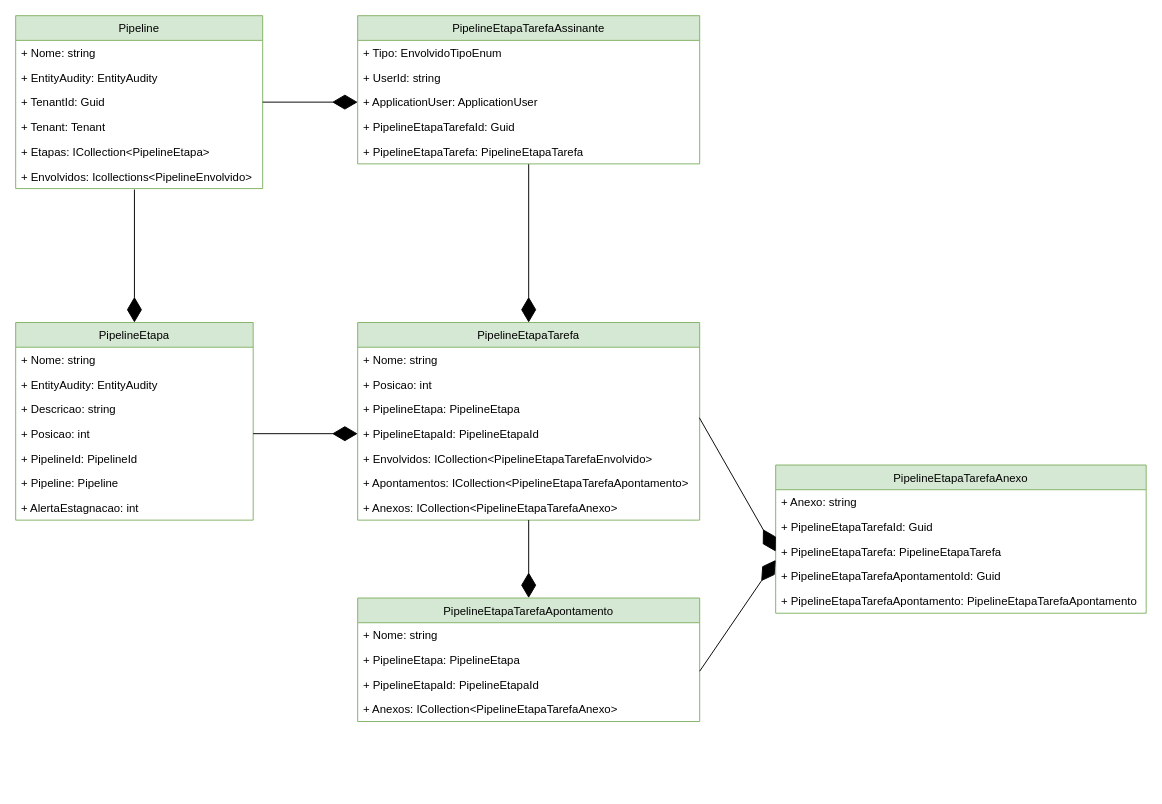
sigespweb22/boxapp-api keeps this draw.io diagram as docs/Composição entidade Pipeline e suas relações.drawio. Above is the earlier version. Source tidied: cells renumbered, new cells numbered last; positions are measured from the earlier drawing's top-left corner, leaving out a move shared by most shapes. Both pictures are drawn from the tidied source at 95%, with x=0, y=0 at pixel (15, 15).
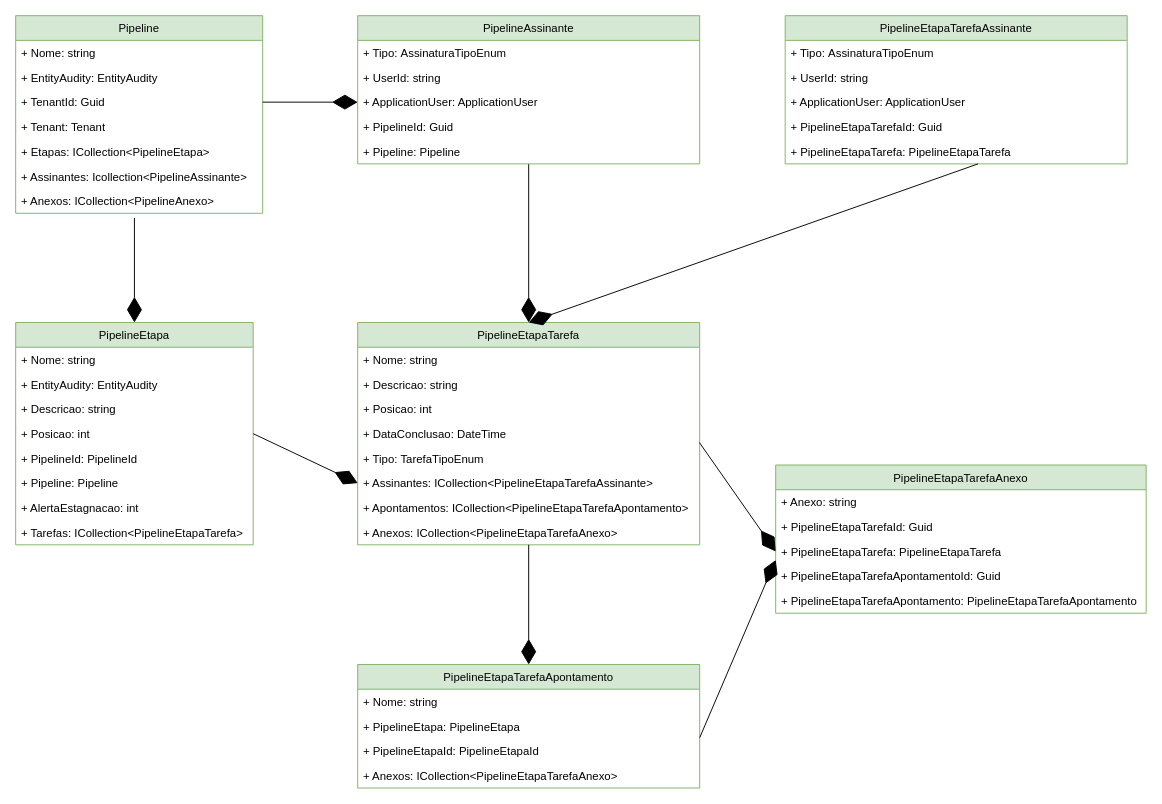
The same diagram, later.

The change refers to these unchanged cells:
```xml
<mxCell id="13" value="+ Posicao: int" style="text;strokeColor=none;fillColor=none;align=left;verticalAlign=top;spacingLeft=4;spacingRight=4;overflow=hidden;points=[[0,0.5],[1,0.5]];portConstraint=eastwest;" parent="9" vertex="1">
  <mxGeometry y="104" width="250" height="26" as="geometry" />
</mxCell>
```

Diff of the diagram source:
```diff
@@
     <mxCell id="2" value="Pipeline" style="swimlane;fontStyle=0;horizontal=1;startSize=26;fillColor=#d5e8d4;strokeColor=#82b366;" parent="1" vertex="1">
-      <mxGeometry width="260" height="182" as="geometry" />
+      <mxGeometry width="260" height="208" as="geometry" />
     </mxCell>
@@
-    <mxCell id="8" value="+ Envolvidos: Icollections&lt;PipelineEnvolvido&gt;" style="text;strokeColor=none;fillColor=none;align=left;verticalAlign=top;spacingLeft=4;spacingRight=4;overflow=hidden;" parent="2" vertex="1">
+    <mxCell id="8" value="+ Assinantes: Icollection&lt;PipelineAssinante&gt;" style="text;strokeColor=none;fillColor=none;align=left;verticalAlign=top;spacingLeft=4;spacingRight=4;overflow=hidden;" parent="2" vertex="1">
       <mxGeometry y="156" width="260" height="26" as="geometry" />
     </mxCell>
+    <mxCell id="49" value="+ Anexos: ICollection&lt;PipelineAnexo&gt;" style="text;strokeColor=none;fillColor=none;align=left;verticalAlign=top;spacingLeft=4;spacingRight=4;overflow=hidden;" parent="2" vertex="1">
+      <mxGeometry y="182" width="260" height="26" as="geometry" />
+    </mxCell>
     <mxCell id="9" value="PipelineEtapa" style="swimlane;fontStyle=0;horizontal=1;startSize=26;fillColor=#d5e8d4;strokeColor=#82b366;" parent="1" vertex="1">
-      <mxGeometry y="323" width="250" height="208" as="geometry" />
+      <mxGeometry y="323" width="250" height="234" as="geometry" />
     </mxCell>
@@
+    <mxCell id="50" value="+ Tarefas: ICollection&lt;PipelineEtapaTarefa&gt;" style="text;strokeColor=none;fillColor=none;align=left;verticalAlign=top;spacingLeft=4;spacingRight=4;overflow=hidden;" parent="9" vertex="1">
+      <mxGeometry y="208" width="250" height="26" as="geometry" />
+    </mxCell>
     <mxCell id="17" value="PipelineEtapaTarefa" style="swimlane;fontStyle=0;horizontal=1;startSize=26;fillColor=#d5e8d4;strokeColor=#82b366;" parent="1" vertex="1">
-      <mxGeometry x="360" y="323" width="360" height="208" as="geometry" />
+      <mxGeometry x="360" y="323" width="360" height="234" as="geometry" />
     </mxCell>
@@
+    <mxCell id="51" value="+ Descricao: string" style="text;strokeColor=none;fillColor=none;align=left;verticalAlign=top;spacingLeft=4;spacingRight=4;overflow=hidden;" parent="17" vertex="1">
+      <mxGeometry y="52" width="360" height="26" as="geometry" />
+    </mxCell>
     <mxCell id="19" value="+ Posicao: int" style="text;strokeColor=none;fillColor=none;align=left;verticalAlign=top;spacingLeft=4;spacingRight=4;overflow=hidden;" parent="17" vertex="1">
-      <mxGeometry y="52" width="360" height="26" as="geometry" />
+      <mxGeometry y="78" width="360" height="26" as="geometry" />
     </mxCell>
-    <mxCell id="20" value="+ PipelineEtapa: PipelineEtapa" style="text;strokeColor=none;fillColor=none;align=left;verticalAlign=top;spacingLeft=4;spacingRight=4;overflow=hidden;points=[[0,0.5],[1,0.5]];portConstraint=eastwest;" parent="17" vertex="1">
-      <mxGeometry y="78" width="360" height="26" as="geometry" />
+    <mxCell id="20" value="+ DataConclusao: DateTime" style="text;strokeColor=none;fillColor=none;align=left;verticalAlign=top;spacingLeft=4;spacingRight=4;overflow=hidden;points=[[0,0.5],[1,0.5]];portConstraint=eastwest;" parent="17" vertex="1">
+      <mxGeometry y="104" width="360" height="26" as="geometry" />
     </mxCell>
-    <mxCell id="21" value="+ PipelineEtapaId: PipelineEtapaId" style="text;strokeColor=none;fillColor=none;align=left;verticalAlign=top;spacingLeft=4;spacingRight=4;overflow=hidden;points=[[0,0.5],[1,0.5]];portConstraint=eastwest;" parent="17" vertex="1">
-      <mxGeometry y="104" width="360" height="26" as="geometry" />
-    </mxCell>
+    <mxCell id="52" value="+ Tipo: TarefaTipoEnum" style="text;strokeColor=none;fillColor=none;align=left;verticalAlign=top;spacingLeft=4;spacingRight=4;overflow=hidden;" parent="17" vertex="1">
+      <mxGeometry y="130" width="360" height="26" as="geometry" />
+    </mxCell>
-    <mxCell id="22" value="+ Envolvidos: ICollection&lt;PipelineEtapaTarefaEnvolvido&gt;" style="text;strokeColor=none;fillColor=none;align=left;verticalAlign=top;spacingLeft=4;spacingRight=4;overflow=hidden;" parent="17" vertex="1">
-      <mxGeometry y="130" width="360" height="26" as="geometry" />
+    <mxCell id="22" value="+ Assinantes: ICollection&lt;PipelineEtapaTarefaAssinante&gt;" style="text;strokeColor=none;fillColor=none;align=left;verticalAlign=top;spacingLeft=4;spacingRight=4;overflow=hidden;" parent="17" vertex="1">
+      <mxGeometry y="156" width="360" height="26" as="geometry" />
     </mxCell>
     <mxCell id="23" value="+ Apontamentos: ICollection&lt;PipelineEtapaTarefaApontamento&gt;" style="text;strokeColor=none;fillColor=none;align=left;verticalAlign=top;spacingLeft=4;spacingRight=4;overflow=hidden;" parent="17" vertex="1">
-      <mxGeometry y="156" width="360" height="26" as="geometry" />
+      <mxGeometry y="182" width="360" height="26" as="geometry" />
     </mxCell>
     <mxCell id="24" value="+ Anexos: ICollection&lt;PipelineEtapaTarefaAnexo&gt;" style="text;strokeColor=none;fillColor=none;align=left;verticalAlign=top;spacingLeft=4;spacingRight=4;overflow=hidden;" parent="17" vertex="1">
-      <mxGeometry y="182" width="360" height="26" as="geometry" />
+      <mxGeometry y="208" width="360" height="26" as="geometry" />
     </mxCell>
-    <mxCell id="25" value="PipelineEtapaTarefaAssinante" style="swimlane;fontStyle=0;horizontal=1;startSize=26;fillColor=#d5e8d4;strokeColor=#82b366;" parent="1" vertex="1">
+    <mxCell id="25" value="PipelineAssinante" style="swimlane;fontStyle=0;horizontal=1;startSize=26;fillColor=#d5e8d4;strokeColor=#82b366;" parent="1" vertex="1">
       <mxGeometry x="360" width="360" height="156" as="geometry" />
     </mxCell>
-    <mxCell id="26" value="+ Tipo: EnvolvidoTipoEnum" style="text;strokeColor=none;fillColor=none;align=left;verticalAlign=top;spacingLeft=4;spacingRight=4;overflow=hidden;" parent="25" vertex="1">
+    <mxCell id="26" value="+ Tipo: AssinaturaTipoEnum" style="text;strokeColor=none;fillColor=none;align=left;verticalAlign=top;spacingLeft=4;spacingRight=4;overflow=hidden;" parent="25" vertex="1">
       <mxGeometry y="26" width="360" height="26" as="geometry" />
     </mxCell>
@@
-    <mxCell id="29" value="+ PipelineEtapaTarefaId: Guid" style="text;strokeColor=none;fillColor=none;align=left;verticalAlign=top;spacingLeft=4;spacingRight=4;overflow=hidden;" parent="25" vertex="1">
+    <mxCell id="29" value="+ PipelineId: Guid" style="text;strokeColor=none;fillColor=none;align=left;verticalAlign=top;spacingLeft=4;spacingRight=4;overflow=hidden;" parent="25" vertex="1">
       <mxGeometry y="104" width="360" height="26" as="geometry" />
     </mxCell>
-    <mxCell id="30" value="+ PipelineEtapaTarefa: PipelineEtapaTarefa" style="text;strokeColor=none;fillColor=none;align=left;verticalAlign=top;spacingLeft=4;spacingRight=4;overflow=hidden;points=[[0,0.5],[1,0.5]];portConstraint=eastwest;" parent="25" vertex="1">
+    <mxCell id="30" value="+ Pipeline: Pipeline" style="text;strokeColor=none;fillColor=none;align=left;verticalAlign=top;spacingLeft=4;spacingRight=4;overflow=hidden;points=[[0,0.5],[1,0.5]];portConstraint=eastwest;" parent="25" vertex="1">
       <mxGeometry y="130" width="360" height="26" as="geometry" />
     </mxCell>
@@
     <mxCell id="37" value="PipelineEtapaTarefaApontamento" style="swimlane;fontStyle=0;horizontal=1;startSize=26;fillColor=#d5e8d4;strokeColor=#82b366;" parent="1" vertex="1">
-      <mxGeometry x="360" y="613" width="360" height="130" as="geometry" />
+      <mxGeometry x="360" y="683" width="360" height="130" as="geometry" />
     </mxCell>
@@
     <mxCell id="42" style="endArrow=diamondThin;endFill=1;endSize=24;html=1;rounded=0;entryX=0.5;entryY=0;entryDx=0;entryDy=0;" parent="1" edge="1" target="9">
       <mxGeometry relative="1" as="geometry">
-        <mxPoint x="125" y="183" as="sourcePoint" />
+        <mxPoint x="125" y="213" as="sourcePoint" />
       </mxGeometry>
     </mxCell>
-    <mxCell id="43" style="endArrow=diamondThin;endFill=1;endSize=24;html=1;rounded=0;exitX=1;exitY=0.5;exitDx=0;exitDy=0;entryX=0;entryY=0.5;entryDx=0;entryDy=0;" parent="1" edge="1" source="13" target="21">
-      <mxGeometry relative="1" as="geometry" />
+    <mxCell id="43" style="endArrow=diamondThin;endFill=1;endSize=24;html=1;rounded=0;exitX=1;exitY=0.5;exitDx=0;exitDy=0;entryX=0;entryY=0.5;entryDx=0;entryDy=0;" parent="1" edge="1" source="13">
+      <mxGeometry relative="1" as="geometry">
+        <mxPoint x="360" y="492" as="targetPoint" />
+      </mxGeometry>
     </mxCell>
@@
-    <mxCell id="46" style="endArrow=diamondThin;endFill=1;endSize=24;html=1;rounded=0;exitX=0.5;exitY=1;exitDx=0;exitDy=0;" parent="1" edge="1" source="17">
-      <mxGeometry relative="1" as="geometry">
-        <mxPoint x="540" y="613" as="targetPoint" />
-      </mxGeometry>
+    <mxCell id="46" style="endArrow=diamondThin;endFill=1;endSize=24;html=1;rounded=0;exitX=0.5;exitY=1;exitDx=0;exitDy=0;entryX=0.5;entryY=0;entryDx=0;entryDy=0;" parent="1" edge="1" source="17" target="37">
+      <mxGeometry relative="1" as="geometry" />
     </mxCell>
@@
+    <mxCell id="53" value="PipelineEtapaTarefaAssinante" style="swimlane;fontStyle=0;horizontal=1;startSize=26;fillColor=#d5e8d4;strokeColor=#82b366;" parent="1" vertex="1">
+      <mxGeometry x="810" width="360" height="156" as="geometry" />
+    </mxCell>
+    <mxCell id="54" value="+ Tipo: AssinaturaTipoEnum" style="text;strokeColor=none;fillColor=none;align=left;verticalAlign=top;spacingLeft=4;spacingRight=4;overflow=hidden;" parent="53" vertex="1">
+      <mxGeometry y="26" width="360" height="26" as="geometry" />
+    </mxCell>
+    <mxCell id="55" value="+ UserId: string" style="text;strokeColor=none;fillColor=none;align=left;verticalAlign=top;spacingLeft=4;spacingRight=4;overflow=hidden;" parent="53" vertex="1">
+      <mxGeometry y="52" width="360" height="26" as="geometry" />
+    </mxCell>
+    <mxCell id="56" value="+ ApplicationUser: ApplicationUser" style="text;strokeColor=none;fillColor=none;align=left;verticalAlign=top;spacingLeft=4;spacingRight=4;overflow=hidden;" parent="53" vertex="1">
+      <mxGeometry y="78" width="360" height="26" as="geometry" />
+    </mxCell>
+    <mxCell id="57" value="+ PipelineEtapaTarefaId: Guid" style="text;strokeColor=none;fillColor=none;align=left;verticalAlign=top;spacingLeft=4;spacingRight=4;overflow=hidden;" parent="53" vertex="1">
+      <mxGeometry y="104" width="360" height="26" as="geometry" />
+    </mxCell>
+    <mxCell id="58" value="+ PipelineEtapaTarefa: PipelineEtapaTarefa" style="text;strokeColor=none;fillColor=none;align=left;verticalAlign=top;spacingLeft=4;spacingRight=4;overflow=hidden;points=[[0,0.5],[1,0.5]];portConstraint=eastwest;" parent="53" vertex="1">
+      <mxGeometry y="130" width="360" height="26" as="geometry" />
+    </mxCell>
+    <mxCell id="59" style="endArrow=diamondThin;endFill=1;endSize=24;html=1;rounded=0;entryX=0.5;entryY=0;entryDx=0;entryDy=0;exitX=0.564;exitY=1;exitDx=0;exitDy=0;exitPerimeter=0;" parent="1" edge="1" source="58" target="17">
+      <mxGeometry relative="1" as="geometry" />
+    </mxCell>
```
